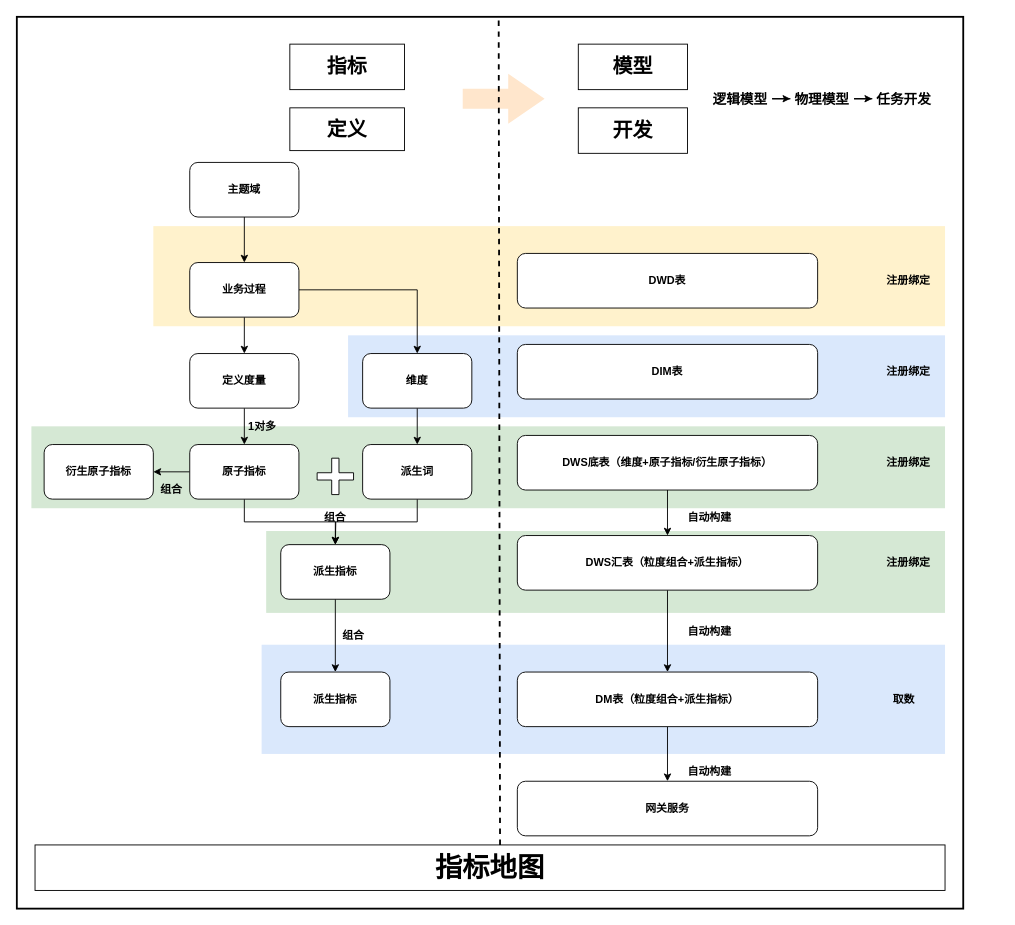
mineminemine123/work-wiki keeps this draw.io diagram as mt指标建设.drawio. Above is the earlier version. Source tidied: cells renumbered, new cells numbered last; positions are measured from the earlier drawing's top-left corner, leaving out a move shared by most shapes. Both pictures are drawn from the tidied source at 91%, with x=0, y=0 at pixel (16, 16).
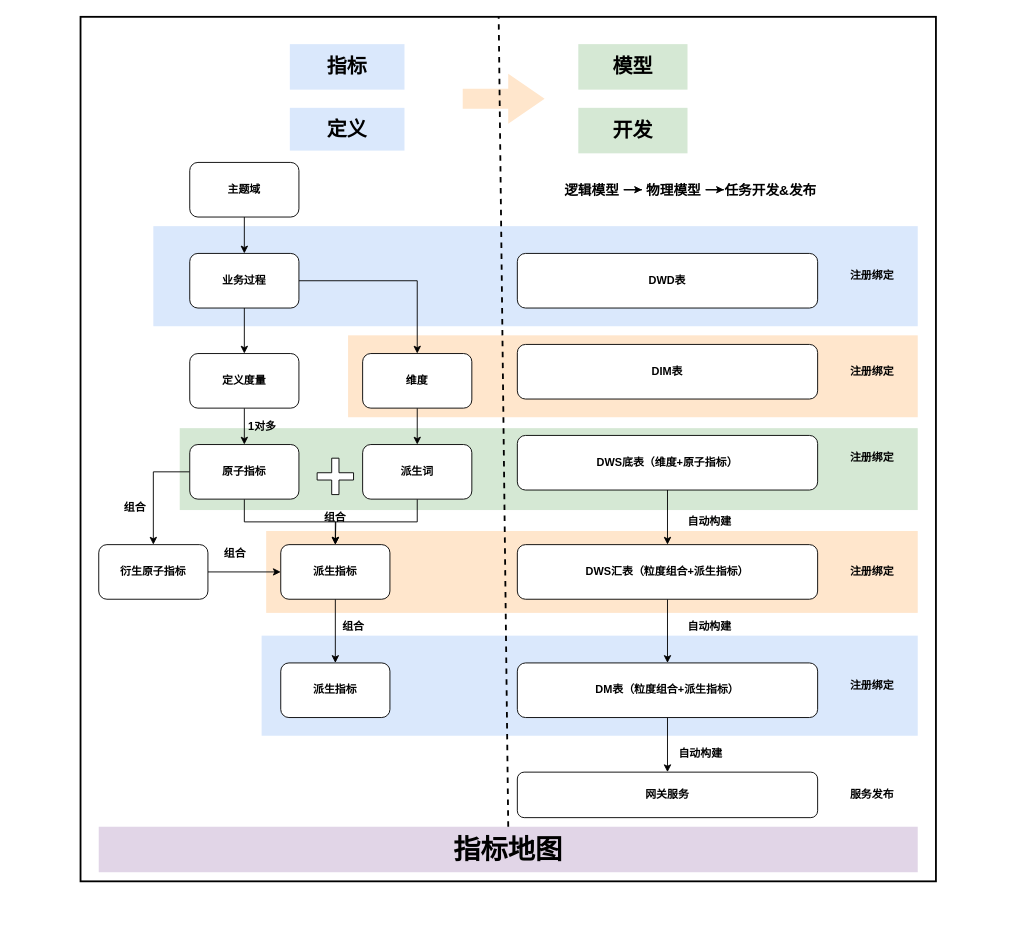
Above is the later version.

Commit message:
更新mt指标建设.drawio

Unchanged cells that the change refers to:
```xml
<mxCell id="24" value="派生指标" style="rounded=1;whiteSpace=wrap;html=1;fontStyle=1;" parent="1" vertex="1">
  <mxGeometry x="290" y="580" width="120" height="60" as="geometry" />
</mxCell>
```

Diff of the diagram source:
```diff
@@
     <mxCell id="2" style="rounded=0;whiteSpace=wrap;html=1;fontStyle=1;strokeWidth=2;" parent="1" vertex="1">
-      <mxGeometry width="1040" height="980" as="geometry" />
+      <mxGeometry x="70" width="940" height="950" as="geometry" />
     </mxCell>
     <mxCell id="3" style="rounded=0;whiteSpace=wrap;html=1;dashed=1;fontStyle=1;strokeColor=none;fillColor=#d5e8d4;" parent="1" vertex="1">
-      <mxGeometry x="16" y="450" width="1004" height="90" as="geometry" />
+      <mxGeometry x="179" y="452" width="811" height="90" as="geometry" />
     </mxCell>
     <mxCell id="4" style="rounded=0;whiteSpace=wrap;html=1;dashed=1;fontStyle=1;strokeColor=none;fillColor=#dae8fc;" parent="1" vertex="1">
-      <mxGeometry x="269" y="690" width="751" height="120" as="geometry" />
+      <mxGeometry x="269" y="680" width="721" height="110" as="geometry" />
     </mxCell>
-    <mxCell id="5" style="rounded=0;whiteSpace=wrap;html=1;dashed=1;fontStyle=1;strokeColor=none;fillColor=#d5e8d4;" parent="1" vertex="1">
-      <mxGeometry x="274" y="565" width="746" height="90" as="geometry" />
+    <mxCell id="5" style="rounded=0;whiteSpace=wrap;html=1;dashed=1;fontStyle=1;strokeColor=none;fillColor=#ffe6cc;" parent="1" vertex="1">
+      <mxGeometry x="274" y="565" width="716" height="90" as="geometry" />
     </mxCell>
     <mxCell id="6" value="注册绑定" style="text;html=1;strokeColor=none;fillColor=none;align=center;verticalAlign=middle;whiteSpace=wrap;rounded=0;fontStyle=1;" parent="1" vertex="1">
-      <mxGeometry x="945" y="590" width="70" height="20" as="geometry" />
+      <mxGeometry x="905" y="600" width="70" height="20" as="geometry" />
     </mxCell>
-    <mxCell id="7" style="rounded=0;whiteSpace=wrap;html=1;dashed=1;fontStyle=1;strokeColor=none;fillColor=#dae8fc;" parent="1" vertex="1">
-      <mxGeometry x="364" y="350" width="656" height="90" as="geometry" />
+    <mxCell id="7" style="rounded=0;whiteSpace=wrap;html=1;dashed=1;fontStyle=1;strokeColor=none;fillColor=#ffe6cc;" parent="1" vertex="1">
+      <mxGeometry x="364" y="350" width="626" height="90" as="geometry" />
     </mxCell>
-    <mxCell id="8" style="rounded=0;whiteSpace=wrap;html=1;dashed=1;fontStyle=1;strokeColor=none;fillColor=#fff2cc;" parent="1" vertex="1">
-      <mxGeometry x="150" y="230" width="870" height="110" as="geometry" />
+    <mxCell id="8" style="rounded=0;whiteSpace=wrap;html=1;dashed=1;fontStyle=1;strokeColor=none;fillColor=#dae8fc;" parent="1" vertex="1">
+      <mxGeometry x="150" y="230" width="840" height="110" as="geometry" />
     </mxCell>
@@
     <mxCell id="13" value="业务过程" style="rounded=1;whiteSpace=wrap;html=1;fontStyle=1;" parent="1" vertex="1">
-      <mxGeometry x="190" y="270" width="120" height="60" as="geometry" />
+      <mxGeometry x="190" y="260" width="120" height="60" as="geometry" />
     </mxCell>
@@
+    <mxCell id="60" style="edgeStyle=orthogonalEdgeStyle;rounded=0;jettySize=auto;html=1;exitX=1;exitY=0.5;exitDx=0;exitDy=0;entryX=0;entryY=0.5;entryDx=0;entryDy=0;fontSize=15;" parent="1" edge="1" source="25" target="24">
+      <mxGeometry relative="1" as="geometry" />
+    </mxCell>
     <mxCell id="25" value="衍生原子指标" style="rounded=1;whiteSpace=wrap;html=1;fontStyle=1;" parent="1" vertex="1">
-      <mxGeometry x="30" y="470" width="120" height="60" as="geometry" />
+      <mxGeometry x="90" y="580" width="120" height="60" as="geometry" />
     </mxCell>
     <mxCell id="26" value="组合" style="text;html=1;strokeColor=none;fillColor=none;align=center;verticalAlign=middle;whiteSpace=wrap;rounded=0;fontStyle=1;" parent="1" vertex="1">
-      <mxGeometry x="150" y="510" width="40" height="20" as="geometry" />
+      <mxGeometry x="110" y="530" width="40" height="20" as="geometry" />
     </mxCell>
@@
     <mxCell id="28" value="派生指标" style="rounded=1;whiteSpace=wrap;html=1;fontStyle=1;" parent="1" vertex="1">
-      <mxGeometry x="290" y="720" width="120" height="60" as="geometry" />
+      <mxGeometry x="290" y="710" width="120" height="60" as="geometry" />
     </mxCell>
     <mxCell id="29" value="组合" style="text;html=1;strokeColor=none;fillColor=none;align=center;verticalAlign=middle;whiteSpace=wrap;rounded=0;fontStyle=1;" parent="1" vertex="1">
-      <mxGeometry x="350" y="670" width="40" height="20" as="geometry" />
+      <mxGeometry x="350" y="660" width="40" height="20" as="geometry" />
     </mxCell>
@@
-    <mxCell id="33" value="DWS底表（维度+原子指标/衍生原子指标）" style="rounded=1;whiteSpace=wrap;html=1;fontStyle=1;" parent="1" vertex="1">
+    <mxCell id="33" value="DWS底表（维度+原子指标）" style="rounded=1;whiteSpace=wrap;html=1;fontStyle=1;" parent="1" vertex="1">
       <mxGeometry x="550" y="460" width="330" height="60" as="geometry" />
     </mxCell>
@@
     <mxCell id="35" value="DWS汇表（粒度组合+派生指标）" style="rounded=1;whiteSpace=wrap;html=1;fontStyle=1;" parent="1" vertex="1">
-      <mxGeometry x="550" y="570" width="330" height="60" as="geometry" />
+      <mxGeometry x="550" y="580" width="330" height="60" as="geometry" />
     </mxCell>
@@
     <mxCell id="37" value="DM表（粒度组合+派生指标）" style="rounded=1;whiteSpace=wrap;html=1;fontStyle=1;" parent="1" vertex="1">
-      <mxGeometry x="550" y="720" width="330" height="60" as="geometry" />
+      <mxGeometry x="550" y="710" width="330" height="60" as="geometry" />
     </mxCell>
     <mxCell id="38" value="注册绑定" style="text;html=1;strokeColor=none;fillColor=none;align=center;verticalAlign=middle;whiteSpace=wrap;rounded=0;fontStyle=1;" parent="1" vertex="1">
-      <mxGeometry x="930" y="280" width="100" height="20" as="geometry" />
+      <mxGeometry x="890" y="275" width="100" height="20" as="geometry" />
     </mxCell>
     <mxCell id="39" value="注册绑定" style="text;html=1;strokeColor=none;fillColor=none;align=center;verticalAlign=middle;whiteSpace=wrap;rounded=0;fontStyle=1;" parent="1" vertex="1">
-      <mxGeometry x="930" y="380" width="100" height="20" as="geometry" />
+      <mxGeometry x="890" y="380" width="100" height="20" as="geometry" />
     </mxCell>
     <mxCell id="40" value="注册绑定" style="text;html=1;strokeColor=none;fillColor=none;align=center;verticalAlign=middle;whiteSpace=wrap;rounded=0;fontStyle=1;" parent="1" vertex="1">
-      <mxGeometry x="880" y="480" width="200" height="20" as="geometry" />
+      <mxGeometry x="840" y="475" width="200" height="20" as="geometry" />
     </mxCell>
     <mxCell id="41" value="自动构建" style="text;html=1;strokeColor=none;fillColor=none;align=center;verticalAlign=middle;whiteSpace=wrap;rounded=0;fontStyle=1;" parent="1" vertex="1">
-      <mxGeometry x="730" y="540" width="63" height="20" as="geometry" />
+      <mxGeometry x="730" y="545" width="63" height="20" as="geometry" />
     </mxCell>
     <mxCell id="42" value="自动构建" style="text;html=1;strokeColor=none;fillColor=none;align=center;verticalAlign=middle;whiteSpace=wrap;rounded=0;fontStyle=1;" parent="1" vertex="1">
-      <mxGeometry x="730" y="666" width="63" height="20" as="geometry" />
+      <mxGeometry x="730" y="660" width="63" height="20" as="geometry" />
     </mxCell>
-    <mxCell id="43" value="取数" style="text;html=1;strokeColor=none;fillColor=none;align=center;verticalAlign=middle;whiteSpace=wrap;rounded=0;fontStyle=1;" parent="1" vertex="1">
-      <mxGeometry x="875" y="740" width="200" height="20" as="geometry" />
-    </mxCell>
@@
-    <mxCell id="45" value="&lt;span style=&quot;font-size: 22px;&quot;&gt;模型&lt;/span&gt;" style="text;html=1;strokeColor=#000000;fillColor=none;align=center;verticalAlign=middle;whiteSpace=wrap;rounded=0;fontStyle=1;" parent="1" vertex="1">
+    <mxCell id="45" value="&lt;span style=&quot;font-size: 22px;&quot;&gt;模型&lt;/span&gt;" style="text;html=1;strokeColor=none;fillColor=#d5e8d4;align=center;verticalAlign=middle;whiteSpace=wrap;rounded=0;fontStyle=1;" parent="1" vertex="1">
       <mxGeometry x="617" y="30" width="120" height="50" as="geometry" />
     </mxCell>
-    <mxCell id="46" value="&lt;span style=&quot;font-size: 22px;&quot;&gt;开发&lt;/span&gt;" style="text;html=1;strokeColor=#000000;fillColor=none;align=center;verticalAlign=middle;whiteSpace=wrap;rounded=0;fontStyle=1;" parent="1" vertex="1">
+    <mxCell id="46" value="&lt;span style=&quot;font-size: 22px;&quot;&gt;开发&lt;/span&gt;" style="text;html=1;strokeColor=none;fillColor=#d5e8d4;align=center;verticalAlign=middle;whiteSpace=wrap;rounded=0;fontStyle=1;" parent="1" vertex="1">
       <mxGeometry x="617" y="100" width="120" height="50" as="geometry" />
     </mxCell>
-    <mxCell id="47" value="&lt;font style=&quot;font-size: 22px;&quot;&gt;定义&lt;/font&gt;" style="text;html=1;strokeColor=#000000;fillColor=none;align=center;verticalAlign=middle;whiteSpace=wrap;rounded=0;fontStyle=1;" parent="1" vertex="1">
+    <mxCell id="47" value="&lt;font style=&quot;font-size: 22px;&quot;&gt;定义&lt;/font&gt;" style="text;html=1;strokeColor=none;fillColor=#dae8fc;align=center;verticalAlign=middle;whiteSpace=wrap;rounded=0;fontStyle=1;" parent="1" vertex="1">
       <mxGeometry x="300" y="100" width="126" height="47" as="geometry" />
     </mxCell>
-    <mxCell id="48" value="&lt;span style=&quot;font-size: 22px;&quot;&gt;指标&lt;/span&gt;" style="text;html=1;strokeColor=#000000;fillColor=none;align=center;verticalAlign=middle;whiteSpace=wrap;rounded=0;fontStyle=1;" parent="1" vertex="1">
+    <mxCell id="48" value="&lt;span style=&quot;font-size: 22px;&quot;&gt;指标&lt;/span&gt;" style="text;html=1;strokeColor=none;fillColor=#dae8fc;align=center;verticalAlign=middle;whiteSpace=wrap;rounded=0;fontStyle=1;" parent="1" vertex="1">
       <mxGeometry x="300" y="30" width="126" height="50" as="geometry" />
     </mxCell>
-    <mxCell id="49" value="&lt;font style=&quot;font-size: 30px;&quot;&gt;指标地图&lt;/font&gt;" style="rounded=0;whiteSpace=wrap;html=1;fontStyle=1;" parent="1" vertex="1">
-      <mxGeometry x="20" y="910" width="1000" height="50" as="geometry" />
+    <mxCell id="49" value="&lt;font style=&quot;font-size: 30px;&quot;&gt;指标地图&lt;/font&gt;" style="rounded=0;whiteSpace=wrap;html=1;fontStyle=1;fillColor=#e1d5e7;strokeColor=none;" parent="1" vertex="1">
+      <mxGeometry x="90" y="890" width="900" height="50" as="geometry" />
     </mxCell>
@@
     <mxCell id="51" value="网关服务" style="rounded=1;whiteSpace=wrap;html=1;fontStyle=1;" parent="1" vertex="1">
-      <mxGeometry x="550" y="840" width="330" height="60" as="geometry" />
+      <mxGeometry x="550" y="830" width="330" height="50" as="geometry" />
     </mxCell>
     <mxCell id="52" value="自动构建" style="text;html=1;strokeColor=none;fillColor=none;align=center;verticalAlign=middle;whiteSpace=wrap;rounded=0;fontStyle=1;" parent="1" vertex="1">
-      <mxGeometry x="730" y="820" width="63" height="20" as="geometry" />
+      <mxGeometry x="720" y="800" width="63" height="20" as="geometry" />
     </mxCell>
@@
     <mxCell id="54" value="逻辑模型" style="text;html=1;strokeColor=none;fillColor=none;align=center;verticalAlign=middle;whiteSpace=wrap;rounded=0;fontStyle=1;fontSize=15;" parent="1" vertex="1">
-      <mxGeometry x="760" y="80" width="70" height="20" as="geometry" />
+      <mxGeometry x="597" y="180" width="70" height="20" as="geometry" />
     </mxCell>
@@
     <mxCell id="56" value="物理模型" style="text;html=1;strokeColor=none;fillColor=none;align=center;verticalAlign=middle;whiteSpace=wrap;rounded=0;fontStyle=1;fontSize=15;" parent="1" vertex="1">
-      <mxGeometry x="850" y="80" width="70" height="20" as="geometry" />
+      <mxGeometry x="687" y="180" width="70" height="20" as="geometry" />
     </mxCell>
@@
-    <mxCell id="58" style="endArrow=none;html=1;dashed=1;strokeWidth=2;fontStyle=1;exitX=0.511;exitY=0;exitDx=0;exitDy=0;exitPerimeter=0;" parent="1" edge="1" source="49">
+    <mxCell id="58" style="endArrow=none;html=1;dashed=1;strokeWidth=2;fontStyle=1;exitX=0.5;exitY=0;exitDx=0;exitDy=0;" parent="1" edge="1" source="49">
       <mxGeometry relative="1" as="geometry">
         <mxPoint x="529.5" as="targetPoint" />
       </mxGeometry>
     </mxCell>
-    <mxCell id="59" value="任务开发" style="text;html=1;strokeColor=none;fillColor=none;align=center;verticalAlign=middle;whiteSpace=wrap;rounded=0;fontStyle=1;fontSize=15;" parent="1" vertex="1">
-      <mxGeometry x="940" y="80" width="70" height="20" as="geometry" />
+    <mxCell id="59" value="任务开发&amp;amp;发布" style="text;html=1;strokeColor=none;fillColor=none;align=center;verticalAlign=middle;whiteSpace=wrap;rounded=0;fontStyle=1;fontSize=15;" parent="1" vertex="1">
+      <mxGeometry x="777" y="180" width="103" height="20" as="geometry" />
     </mxCell>
+    <mxCell id="61" value="组合" style="text;html=1;strokeColor=none;fillColor=none;align=center;verticalAlign=middle;whiteSpace=wrap;rounded=0;fontStyle=1;" parent="1" vertex="1">
+      <mxGeometry x="220" y="580" width="40" height="20" as="geometry" />
+    </mxCell>
+    <mxCell id="62" value="注册绑定" style="text;html=1;strokeColor=none;fillColor=none;align=center;verticalAlign=middle;whiteSpace=wrap;rounded=0;fontStyle=1;" parent="1" vertex="1">
+      <mxGeometry x="905" y="725" width="70" height="20" as="geometry" />
+    </mxCell>
+    <mxCell id="63" value="服务发布" style="text;html=1;strokeColor=none;fillColor=none;align=center;verticalAlign=middle;whiteSpace=wrap;rounded=0;fontStyle=1;" parent="1" vertex="1">
+      <mxGeometry x="905" y="845" width="70" height="20" as="geometry" />
+    </mxCell>
```
